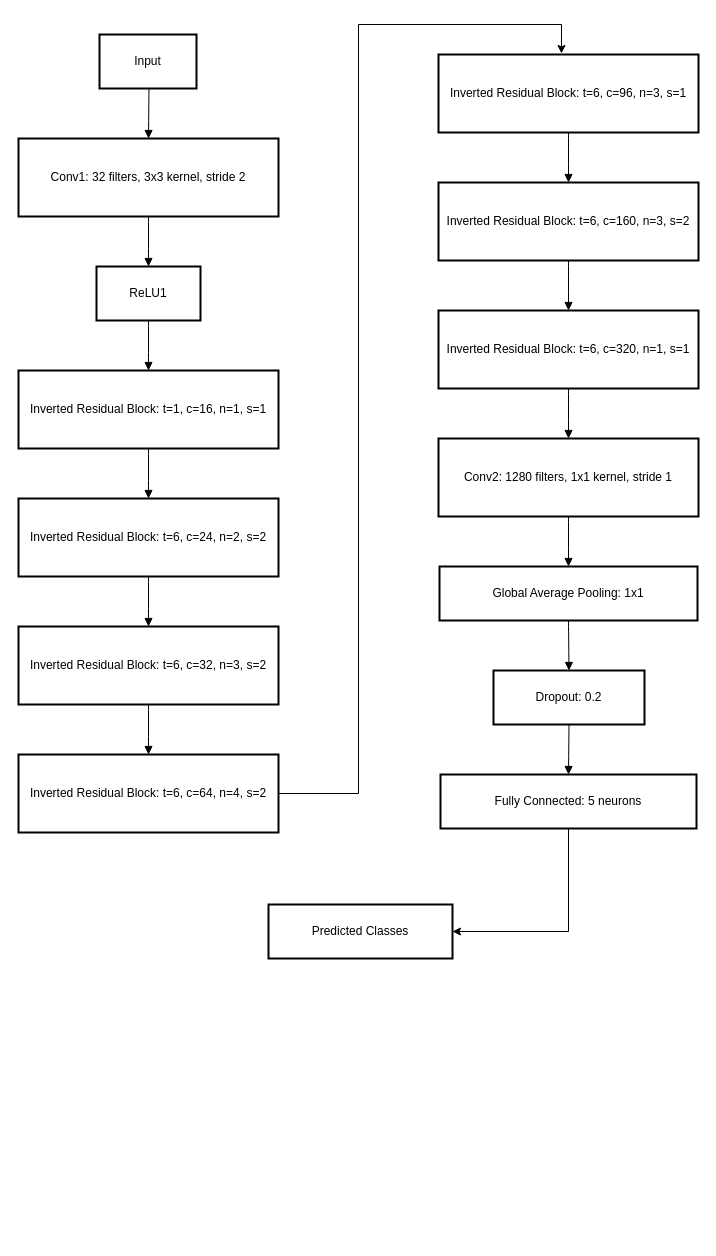
This is ResNet18 Model.drawio from zft666zft/final-project, a draw.io file, before an edit. Source tidied: cells renumbered, new cells numbered last; positions are measured from the earlier drawing's top-left corner, leaving out a move shared by most shapes. Both pictures are drawn from the tidied source at 100%, with x=0, y=0 at pixel (18, 24).
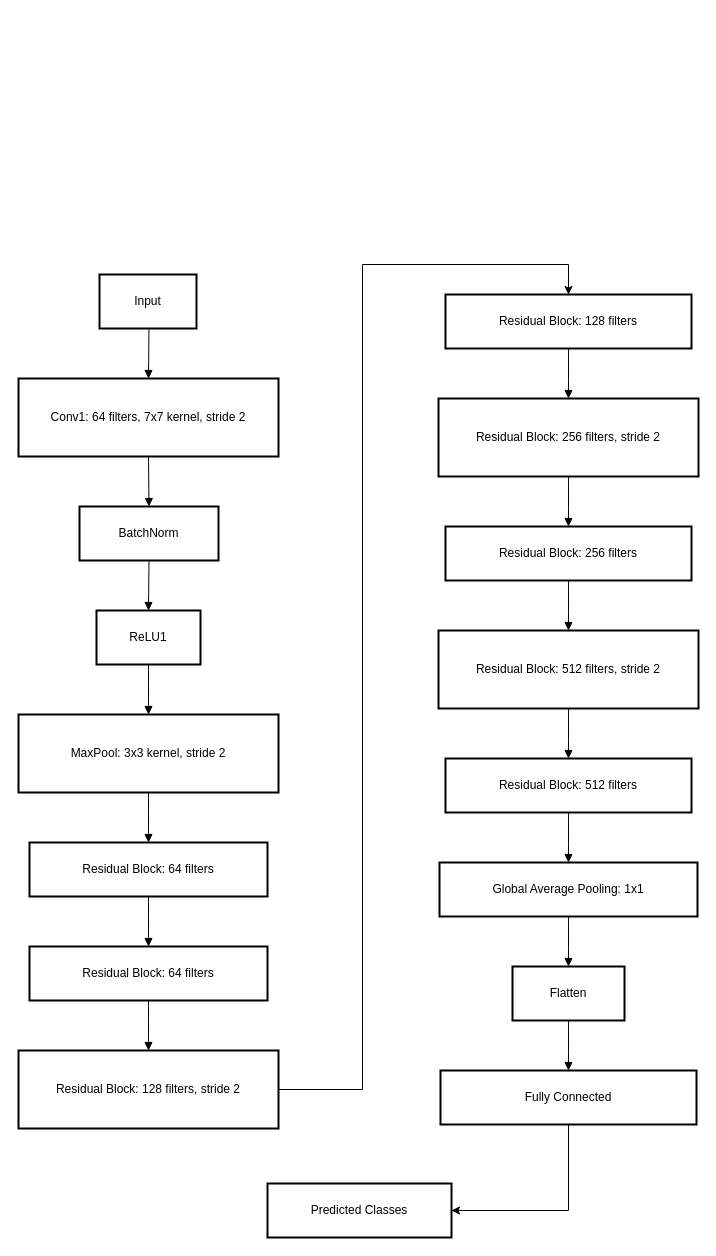
The same diagram, later.

Diff of the diagram source:
```diff
@@
     <mxCell id="2" value="Input" style="whiteSpace=wrap;strokeWidth=2;" parent="1" vertex="1">
-      <mxGeometry x="81" y="10" width="97" height="54" as="geometry" />
+      <mxGeometry x="81" y="250" width="97" height="54" as="geometry" />
     </mxCell>
-    <mxCell id="3" value="Conv1: 32 filters, 3x3 kernel, stride 2" style="whiteSpace=wrap;strokeWidth=2;" parent="1" vertex="1">
-      <mxGeometry y="114" width="260" height="78" as="geometry" />
-    </mxCell>
+    <mxCell id="31" value="Conv1: 64 filters, 7x7 kernel, stride 2" style="whiteSpace=wrap;strokeWidth=2;" parent="1" vertex="1">
+      <mxGeometry y="354" width="260" height="78" as="geometry" />
+    </mxCell>
+    <mxCell id="32" value="BatchNorm" style="whiteSpace=wrap;strokeWidth=2;" parent="1" vertex="1">
+      <mxGeometry x="61" y="482" width="139" height="54" as="geometry" />
+    </mxCell>
     <mxCell id="4" value="ReLU1" style="whiteSpace=wrap;strokeWidth=2;" parent="1" vertex="1">
-      <mxGeometry x="78" y="242" width="104" height="54" as="geometry" />
+      <mxGeometry x="78" y="586" width="104" height="54" as="geometry" />
     </mxCell>
-    <mxCell id="5" value="Inverted Residual Block: t=1, c=16, n=1, s=1" style="whiteSpace=wrap;strokeWidth=2;" parent="1" vertex="1">
-      <mxGeometry y="346" width="260" height="78" as="geometry" />
-    </mxCell>
-    <mxCell id="6" value="Inverted Residual Block: t=6, c=24, n=2, s=2" style="whiteSpace=wrap;strokeWidth=2;" parent="1" vertex="1">
-      <mxGeometry y="474" width="260" height="78" as="geometry" />
-    </mxCell>
-    <mxCell id="7" value="Inverted Residual Block: t=6, c=32, n=3, s=2" style="whiteSpace=wrap;strokeWidth=2;" parent="1" vertex="1">
-      <mxGeometry y="602" width="260" height="78" as="geometry" />
-    </mxCell>
-    <mxCell id="8" style="edgeStyle=orthogonalEdgeStyle;rounded=0;jettySize=auto;html=1;entryX=0.473;entryY=-0.013;entryDx=0;entryDy=0;entryPerimeter=0;" parent="1" edge="1" source="9" target="10">
-      <mxGeometry relative="1" as="geometry">
-        <Array as="points">
-          <mxPoint x="340" y="769" />
-          <mxPoint x="340" />
-          <mxPoint x="543" />
-        </Array>
-      </mxGeometry>
-    </mxCell>
-    <mxCell id="9" value="Inverted Residual Block: t=6, c=64, n=4, s=2" style="whiteSpace=wrap;strokeWidth=2;" parent="1" vertex="1">
-      <mxGeometry y="730" width="260" height="78" as="geometry" />
-    </mxCell>
-    <mxCell id="10" value="Inverted Residual Block: t=6, c=96, n=3, s=1" style="whiteSpace=wrap;strokeWidth=2;" parent="1" vertex="1">
-      <mxGeometry x="420" y="30" width="260" height="78" as="geometry" />
-    </mxCell>
-    <mxCell id="11" value="Inverted Residual Block: t=6, c=160, n=3, s=2" style="whiteSpace=wrap;strokeWidth=2;" parent="1" vertex="1">
-      <mxGeometry x="420" y="158" width="260" height="78" as="geometry" />
-    </mxCell>
-    <mxCell id="12" value="Inverted Residual Block: t=6, c=320, n=1, s=1" style="whiteSpace=wrap;strokeWidth=2;" parent="1" vertex="1">
-      <mxGeometry x="420" y="286" width="260" height="78" as="geometry" />
-    </mxCell>
-    <mxCell id="13" value="Conv2: 1280 filters, 1x1 kernel, stride 1" style="whiteSpace=wrap;strokeWidth=2;" parent="1" vertex="1">
-      <mxGeometry x="420" y="414" width="260" height="78" as="geometry" />
-    </mxCell>
+    <mxCell id="33" value="MaxPool: 3x3 kernel, stride 2" style="whiteSpace=wrap;strokeWidth=2;" parent="1" vertex="1">
+      <mxGeometry y="690" width="260" height="78" as="geometry" />
+    </mxCell>
+    <mxCell id="34" value="Residual Block: 64 filters" style="whiteSpace=wrap;strokeWidth=2;" parent="1" vertex="1">
+      <mxGeometry x="11" y="818" width="238" height="54" as="geometry" />
+    </mxCell>
+    <mxCell id="35" value="Residual Block: 64 filters" style="whiteSpace=wrap;strokeWidth=2;" parent="1" vertex="1">
+      <mxGeometry x="11" y="922" width="238" height="54" as="geometry" />
+    </mxCell>
+    <mxCell id="36" style="edgeStyle=orthogonalEdgeStyle;rounded=0;jettySize=auto;html=1;entryX=0.5;entryY=0;entryDx=0;entryDy=0;" parent="1" edge="1" source="37" target="38">
+      <mxGeometry relative="1" as="geometry">
+        <Array as="points">
+          <mxPoint x="344" y="1065" />
+          <mxPoint x="344" y="240" />
+          <mxPoint x="550" y="240" />
+        </Array>
+      </mxGeometry>
+    </mxCell>
+    <mxCell id="37" value="Residual Block: 128 filters, stride 2" style="whiteSpace=wrap;strokeWidth=2;" parent="1" vertex="1">
+      <mxGeometry y="1026" width="260" height="78" as="geometry" />
+    </mxCell>
+    <mxCell id="38" value="Residual Block: 128 filters" style="whiteSpace=wrap;strokeWidth=2;" parent="1" vertex="1">
+      <mxGeometry x="427" y="270" width="246" height="54" as="geometry" />
+    </mxCell>
+    <mxCell id="39" value="Residual Block: 256 filters, stride 2" style="whiteSpace=wrap;strokeWidth=2;" parent="1" vertex="1">
+      <mxGeometry x="420" y="374" width="260" height="78" as="geometry" />
+    </mxCell>
+    <mxCell id="40" value="Residual Block: 256 filters" style="whiteSpace=wrap;strokeWidth=2;" parent="1" vertex="1">
+      <mxGeometry x="427" y="502" width="246" height="54" as="geometry" />
+    </mxCell>
+    <mxCell id="41" value="Residual Block: 512 filters, stride 2" style="whiteSpace=wrap;strokeWidth=2;" parent="1" vertex="1">
+      <mxGeometry x="420" y="606" width="260" height="78" as="geometry" />
+    </mxCell>
+    <mxCell id="42" value="Residual Block: 512 filters" style="whiteSpace=wrap;strokeWidth=2;" parent="1" vertex="1">
+      <mxGeometry x="427" y="734" width="246" height="54" as="geometry" />
+    </mxCell>
     <mxCell id="14" value="Global Average Pooling: 1x1" style="whiteSpace=wrap;strokeWidth=2;" parent="1" vertex="1">
-      <mxGeometry x="421" y="542" width="258" height="54" as="geometry" />
+      <mxGeometry x="421" y="838" width="258" height="54" as="geometry" />
     </mxCell>
-    <mxCell id="15" value="Dropout: 0.2" style="whiteSpace=wrap;strokeWidth=2;" parent="1" vertex="1">
-      <mxGeometry x="475" y="646" width="151" height="54" as="geometry" />
-    </mxCell>
-    <mxCell id="16" style="edgeStyle=orthogonalEdgeStyle;rounded=0;jettySize=auto;html=1;entryX=1;entryY=0.5;entryDx=0;entryDy=0;" parent="1" edge="1" source="17" target="18">
-      <mxGeometry relative="1" as="geometry" />
-    </mxCell>
-    <mxCell id="17" value="Fully Connected: 5 neurons" style="whiteSpace=wrap;strokeWidth=2;" parent="1" vertex="1">
-      <mxGeometry x="422" y="750" width="256" height="54" as="geometry" />
-    </mxCell>
+    <mxCell id="43" value="Flatten" style="whiteSpace=wrap;strokeWidth=2;" parent="1" vertex="1">
+      <mxGeometry x="494" y="942" width="112" height="54" as="geometry" />
+    </mxCell>
+    <mxCell id="44" style="edgeStyle=orthogonalEdgeStyle;rounded=0;jettySize=auto;html=1;entryX=1;entryY=0.5;entryDx=0;entryDy=0;" parent="1" edge="1" source="45" target="18">
+      <mxGeometry relative="1" as="geometry" />
+    </mxCell>
+    <mxCell id="45" value="Fully Connected" style="whiteSpace=wrap;strokeWidth=2;" parent="1" vertex="1">
+      <mxGeometry x="422" y="1046" width="256" height="54" as="geometry" />
+    </mxCell>
     <mxCell id="18" value="Predicted Classes" style="whiteSpace=wrap;strokeWidth=2;" parent="1" vertex="1">
-      <mxGeometry x="250" y="880" width="184" height="54" as="geometry" />
+      <mxGeometry x="249" y="1159" width="184" height="54" as="geometry" />
     </mxCell>
-    <mxCell id="19" style="curved=1;startArrow=none;endArrow=block;exitX=0.51;exitY=1;entryX=0.5;entryY=0;rounded=0;" parent="1" edge="1" source="2" target="3">
-      <mxGeometry relative="1" as="geometry" />
-    </mxCell>
-    <mxCell id="20" style="curved=1;startArrow=none;endArrow=block;exitX=0.5;exitY=1;entryX=0.5;entryY=0;rounded=0;" parent="1" edge="1" source="3" target="4">
-      <mxGeometry relative="1" as="geometry" />
-    </mxCell>
-    <mxCell id="21" style="curved=1;startArrow=none;endArrow=block;exitX=0.5;exitY=1;entryX=0.5;entryY=0;rounded=0;" parent="1" edge="1" source="4" target="5">
-      <mxGeometry relative="1" as="geometry" />
-    </mxCell>
-    <mxCell id="22" style="curved=1;startArrow=none;endArrow=block;exitX=0.5;exitY=1;entryX=0.5;entryY=0;rounded=0;" parent="1" edge="1" source="5" target="6">
-      <mxGeometry relative="1" as="geometry" />
-    </mxCell>
-    <mxCell id="23" style="curved=1;startArrow=none;endArrow=block;exitX=0.5;exitY=1;entryX=0.5;entryY=0;rounded=0;" parent="1" edge="1" source="6" target="7">
-      <mxGeometry relative="1" as="geometry" />
-    </mxCell>
-    <mxCell id="24" style="curved=1;startArrow=none;endArrow=block;exitX=0.5;exitY=1;entryX=0.5;entryY=0;rounded=0;" parent="1" edge="1" source="7" target="9">
-      <mxGeometry relative="1" as="geometry" />
-    </mxCell>
-    <mxCell id="25" style="curved=1;startArrow=none;endArrow=block;exitX=0.5;exitY=1;entryX=0.5;entryY=0;rounded=0;" parent="1" edge="1" source="10" target="11">
-      <mxGeometry relative="1" as="geometry" />
-    </mxCell>
-    <mxCell id="26" style="curved=1;startArrow=none;endArrow=block;exitX=0.5;exitY=1;entryX=0.5;entryY=0;rounded=0;" parent="1" edge="1" source="11" target="12">
-      <mxGeometry relative="1" as="geometry" />
-    </mxCell>
-    <mxCell id="27" style="curved=1;startArrow=none;endArrow=block;exitX=0.5;exitY=1;entryX=0.5;entryY=0;rounded=0;" parent="1" edge="1" source="12" target="13">
-      <mxGeometry relative="1" as="geometry" />
-    </mxCell>
-    <mxCell id="28" style="curved=1;startArrow=none;endArrow=block;exitX=0.5;exitY=1;entryX=0.5;entryY=0;rounded=0;" parent="1" edge="1" source="13" target="14">
-      <mxGeometry relative="1" as="geometry" />
-    </mxCell>
-    <mxCell id="29" style="curved=1;startArrow=none;endArrow=block;exitX=0.5;exitY=1;entryX=0.5;entryY=0;rounded=0;" parent="1" edge="1" source="14" target="15">
-      <mxGeometry relative="1" as="geometry" />
-    </mxCell>
-    <mxCell id="30" style="curved=1;startArrow=none;endArrow=block;exitX=0.5;exitY=1;entryX=0.5;entryY=0;rounded=0;" parent="1" edge="1" source="15" target="17">
-      <mxGeometry relative="1" as="geometry" />
-    </mxCell>
+    <mxCell id="46" style="curved=1;startArrow=none;endArrow=block;exitX=0.51;exitY=1;entryX=0.5;entryY=0;rounded=0;" parent="1" edge="1" source="2" target="31">
+      <mxGeometry relative="1" as="geometry" />
+    </mxCell>
+    <mxCell id="47" style="curved=1;startArrow=none;endArrow=block;exitX=0.5;exitY=1;entryX=0.5;entryY=0;rounded=0;" parent="1" edge="1" source="31" target="32">
+      <mxGeometry relative="1" as="geometry" />
+    </mxCell>
+    <mxCell id="48" style="curved=1;startArrow=none;endArrow=block;exitX=0.5;exitY=1;entryX=0.5;entryY=0;rounded=0;" parent="1" edge="1" source="32" target="4">
+      <mxGeometry relative="1" as="geometry" />
+    </mxCell>
+    <mxCell id="49" style="curved=1;startArrow=none;endArrow=block;exitX=0.5;exitY=1;entryX=0.5;entryY=0;rounded=0;" parent="1" edge="1" source="4" target="33">
+      <mxGeometry relative="1" as="geometry" />
+    </mxCell>
+    <mxCell id="50" style="curved=1;startArrow=none;endArrow=block;exitX=0.5;exitY=1;entryX=0.5;entryY=0;rounded=0;" parent="1" edge="1" source="33" target="34">
+      <mxGeometry relative="1" as="geometry" />
+    </mxCell>
+    <mxCell id="51" style="curved=1;startArrow=none;endArrow=block;exitX=0.5;exitY=1;entryX=0.5;entryY=0;rounded=0;" parent="1" edge="1" source="34" target="35">
+      <mxGeometry relative="1" as="geometry" />
+    </mxCell>
+    <mxCell id="52" style="curved=1;startArrow=none;endArrow=block;exitX=0.5;exitY=1;entryX=0.5;entryY=0;rounded=0;" parent="1" edge="1" source="35" target="37">
+      <mxGeometry relative="1" as="geometry" />
+    </mxCell>
+    <mxCell id="53" style="curved=1;startArrow=none;endArrow=block;exitX=0.5;exitY=1;entryX=0.5;entryY=0;rounded=0;" parent="1" edge="1" source="38" target="39">
+      <mxGeometry relative="1" as="geometry" />
+    </mxCell>
+    <mxCell id="54" style="curved=1;startArrow=none;endArrow=block;exitX=0.5;exitY=1;entryX=0.5;entryY=0;rounded=0;" parent="1" edge="1" source="39" target="40">
+      <mxGeometry relative="1" as="geometry" />
+    </mxCell>
+    <mxCell id="55" style="curved=1;startArrow=none;endArrow=block;exitX=0.5;exitY=1;entryX=0.5;entryY=0;rounded=0;" parent="1" edge="1" source="40" target="41">
+      <mxGeometry relative="1" as="geometry" />
+    </mxCell>
+    <mxCell id="56" style="curved=1;startArrow=none;endArrow=block;exitX=0.5;exitY=1;entryX=0.5;entryY=0;rounded=0;" parent="1" edge="1" source="41" target="42">
+      <mxGeometry relative="1" as="geometry" />
+    </mxCell>
+    <mxCell id="57" style="curved=1;startArrow=none;endArrow=block;exitX=0.5;exitY=1;entryX=0.5;entryY=0;rounded=0;" parent="1" edge="1" source="42" target="14">
+      <mxGeometry relative="1" as="geometry" />
+    </mxCell>
+    <mxCell id="58" style="curved=1;startArrow=none;endArrow=block;exitX=0.5;exitY=1;entryX=0.5;entryY=0;rounded=0;" parent="1" edge="1" source="14" target="43">
+      <mxGeometry relative="1" as="geometry" />
+    </mxCell>
+    <mxCell id="59" style="curved=1;startArrow=none;endArrow=block;exitX=0.5;exitY=1;entryX=0.5;entryY=0;rounded=0;" parent="1" edge="1" source="43" target="45">
+      <mxGeometry relative="1" as="geometry" />
+    </mxCell>
```
